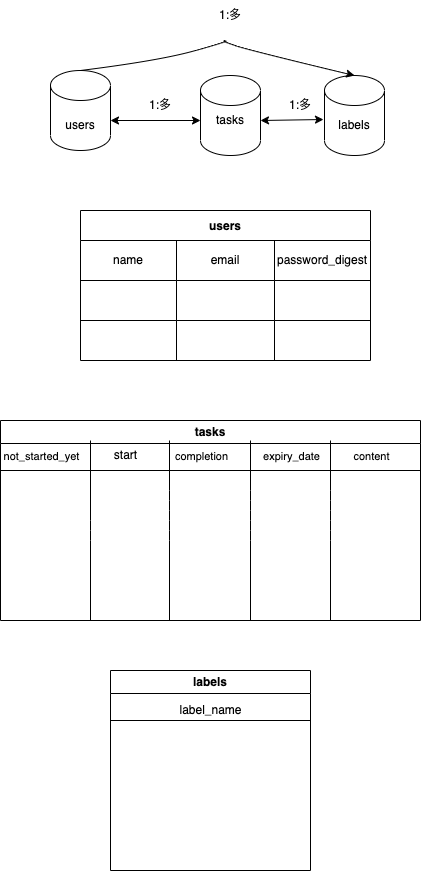
Earlier version of the draw.io export docs/E-R.drawio.png (kikai8492/Rails_TODO). Source tidied: cells renumbered, new cells last; positions are measured from the earlier drawing's top-left corner, leaving out a move shared by most shapes. The source it was exported from:
```xml
<mxGraphModel>
  <root>
    <mxCell id="0" />
    <mxCell id="1" parent="0" />
    <mxCell id="2" style="shape=cylinder3;whiteSpace=wrap;html=1;boundedLbl=1;backgroundOutline=1;size=15;" parent="1" vertex="1">
      <mxGeometry x="50" y="70" width="60" height="80" as="geometry" />
    </mxCell>
    <mxCell id="3" value="users" style="text;html=1;strokeColor=none;fillColor=none;align=center;verticalAlign=middle;whiteSpace=wrap;rounded=0;" parent="1" vertex="1">
      <mxGeometry x="50" y="110" width="60" height="30" as="geometry" />
    </mxCell>
    <mxCell id="4" style="shape=cylinder3;whiteSpace=wrap;html=1;boundedLbl=1;backgroundOutline=1;size=15;" parent="1" vertex="1">
      <mxGeometry x="200" y="75" width="60" height="80" as="geometry" />
    </mxCell>
    <mxCell id="5" value="tasks" style="text;html=1;strokeColor=none;fillColor=none;align=center;verticalAlign=middle;whiteSpace=wrap;rounded=0;" parent="1" vertex="1">
      <mxGeometry x="200" y="105" width="60" height="30" as="geometry" />
    </mxCell>
    <mxCell id="6" style="shape=cylinder3;whiteSpace=wrap;html=1;boundedLbl=1;backgroundOutline=1;size=15;" parent="1" vertex="1">
      <mxGeometry x="324" y="75" width="60" height="80" as="geometry" />
    </mxCell>
    <mxCell id="7" value="labels" style="text;html=1;strokeColor=none;fillColor=none;align=center;verticalAlign=middle;whiteSpace=wrap;rounded=0;" parent="1" vertex="1">
      <mxGeometry x="324" y="110" width="60" height="30" as="geometry" />
    </mxCell>
    <mxCell id="8" style="endArrow=classic;startArrow=classic;html=1;entryX=0;entryY=0.5;entryDx=0;entryDy=0;" parent="1" edge="1" target="5">
      <mxGeometry relative="1" as="geometry">
        <mxPoint x="110" y="120" as="sourcePoint" />
      </mxGeometry>
    </mxCell>
    <mxCell id="9" value="1:多" style="text;html=1;strokeColor=none;fillColor=none;align=center;verticalAlign=middle;whiteSpace=wrap;rounded=0;" parent="1" vertex="1">
      <mxGeometry x="130" y="90" width="60" height="30" as="geometry" />
    </mxCell>
    <mxCell id="10" value="1:多" style="text;html=1;strokeColor=none;fillColor=none;align=center;verticalAlign=middle;whiteSpace=wrap;rounded=0;" parent="1" vertex="1">
      <mxGeometry x="270" y="90" width="60" height="30" as="geometry" />
    </mxCell>
    <mxCell id="11" style="endArrow=classic;startArrow=classic;html=1;exitX=1;exitY=0.5;exitDx=0;exitDy=0;entryX=0.883;entryY=0.967;entryDx=0;entryDy=0;entryPerimeter=0;" parent="1" edge="1" source="5" target="10">
      <mxGeometry relative="1" as="geometry" />
    </mxCell>
    <mxCell id="12" style="curved=1;endArrow=classic;html=1;exitX=0.5;exitY=0;exitDx=0;exitDy=0;exitPerimeter=0;entryX=0.5;entryY=0;entryDx=0;entryDy=0;entryPerimeter=0;" parent="1" edge="1" source="2" target="6">
      <mxGeometry relative="1" as="geometry">
        <Array as="points">
          <mxPoint x="160" y="60" />
          <mxPoint x="230" y="40" />
          <mxPoint x="220" y="40" />
          <mxPoint x="250" y="50" />
        </Array>
      </mxGeometry>
    </mxCell>
    <mxCell id="13" value="1:多" style="text;html=1;strokeColor=none;fillColor=none;align=center;verticalAlign=middle;whiteSpace=wrap;rounded=0;" parent="1" vertex="1">
      <mxGeometry x="200" width="60" height="30" as="geometry" />
    </mxCell>
    <mxCell id="14" value="users" style="shape=table;startSize=30;fontStyle=1;align=center;" parent="1" vertex="1">
      <mxGeometry x="80" y="210" width="290" height="150" as="geometry" />
    </mxCell>
    <mxCell id="15" style="shape=tableRow;horizontal=0;startSize=0;swimlaneHead=0;swimlaneBody=0;top=0;left=0;bottom=0;right=0;fillColor=none;" parent="14" vertex="1">
      <mxGeometry y="30" width="290" height="40" as="geometry" />
    </mxCell>
    <mxCell id="16" value="name" style="shape=partialRectangle;html=1;whiteSpace=wrap;fillColor=none;top=0;left=0;bottom=0;right=0;overflow=hidden;" parent="15" vertex="1">
      <mxGeometry width="96" height="40" as="geometry" />
    </mxCell>
    <mxCell id="17" value="email" style="shape=partialRectangle;html=1;whiteSpace=wrap;fillColor=none;top=0;left=0;bottom=0;right=0;overflow=hidden;" parent="15" vertex="1">
      <mxGeometry x="96" width="98" height="40" as="geometry" />
    </mxCell>
    <mxCell id="18" value="password_digest" style="shape=partialRectangle;html=1;whiteSpace=wrap;fillColor=none;top=0;left=0;bottom=0;right=0;overflow=hidden;" parent="15" vertex="1">
      <mxGeometry x="194" width="96" height="40" as="geometry" />
    </mxCell>
    <mxCell id="19" style="shape=tableRow;horizontal=0;startSize=0;swimlaneHead=0;swimlaneBody=0;top=0;left=0;bottom=0;right=0;fillColor=none;" parent="14" vertex="1">
      <mxGeometry y="70" width="290" height="40" as="geometry" />
    </mxCell>
    <mxCell id="20" style="shape=partialRectangle;html=1;whiteSpace=wrap;fillColor=none;top=0;left=0;bottom=0;right=0;overflow=hidden;" parent="19" vertex="1">
      <mxGeometry width="96" height="40" as="geometry" />
    </mxCell>
    <mxCell id="21" style="shape=partialRectangle;html=1;whiteSpace=wrap;fillColor=none;top=0;left=0;bottom=0;right=0;overflow=hidden;" parent="19" vertex="1">
      <mxGeometry x="96" width="98" height="40" as="geometry" />
    </mxCell>
    <mxCell id="22" style="shape=partialRectangle;html=1;whiteSpace=wrap;fillColor=none;top=0;left=0;bottom=0;right=0;overflow=hidden;" parent="19" vertex="1">
      <mxGeometry x="194" width="96" height="40" as="geometry" />
    </mxCell>
    <mxCell id="23" style="shape=tableRow;horizontal=0;startSize=0;swimlaneHead=0;swimlaneBody=0;top=0;left=0;bottom=0;right=0;fillColor=none;" parent="14" vertex="1">
      <mxGeometry y="110" width="290" height="40" as="geometry" />
    </mxCell>
    <mxCell id="24" style="shape=partialRectangle;html=1;whiteSpace=wrap;fillColor=none;top=0;left=0;bottom=0;right=0;overflow=hidden;" parent="23" vertex="1">
      <mxGeometry width="96" height="40" as="geometry" />
    </mxCell>
    <mxCell id="25" style="shape=partialRectangle;html=1;whiteSpace=wrap;fillColor=none;top=0;left=0;bottom=0;right=0;overflow=hidden;" parent="23" vertex="1">
      <mxGeometry x="96" width="98" height="40" as="geometry" />
    </mxCell>
    <mxCell id="26" style="shape=partialRectangle;html=1;whiteSpace=wrap;fillColor=none;top=0;left=0;bottom=0;right=0;overflow=hidden;" parent="23" vertex="1">
      <mxGeometry x="194" width="96" height="40" as="geometry" />
    </mxCell>
    <mxCell id="27" value="tasks" style="swimlane;whiteSpace=wrap;html=1;strokeColor=default;fillColor=none;" parent="1" vertex="1">
      <mxGeometry y="420" width="420" height="200" as="geometry" />
    </mxCell>
    <mxCell id="28" value="start" style="text;html=1;align=center;verticalAlign=middle;strokeColor=none;fillColor=none;" parent="27" vertex="1">
      <mxGeometry x="100" y="20" width="50" height="30" as="geometry" />
    </mxCell>
    <mxCell id="29" style="endArrow=none;html=1;" parent="27" edge="1">
      <mxGeometry relative="1" as="geometry">
        <mxPoint x="169" y="200" as="sourcePoint" />
        <mxPoint x="169" y="20" as="targetPoint" />
        <Array as="points">
          <mxPoint x="169" y="110" />
          <mxPoint x="169" y="80" />
        </Array>
      </mxGeometry>
    </mxCell>
    <mxCell id="30" value="expiry_date" style="edgeLabel;html=1;align=center;verticalAlign=middle;" parent="29" vertex="1">
      <mxGeometry x="0.22" y="-2" relative="1" as="geometry">
        <mxPoint x="119" y="-55" as="offset" />
      </mxGeometry>
    </mxCell>
    <mxCell id="31" style="endArrow=none;html=1;entryX=0.5;entryY=0.1;entryDx=0;entryDy=0;entryPerimeter=0;" parent="27" edge="1">
      <mxGeometry relative="1" as="geometry">
        <mxPoint x="90" y="200" as="sourcePoint" />
        <mxPoint x="90" y="20" as="targetPoint" />
        <Array as="points">
          <mxPoint x="90" y="110" />
        </Array>
      </mxGeometry>
    </mxCell>
    <mxCell id="32" value="completion" style="edgeLabel;html=1;align=center;verticalAlign=middle;" parent="31" vertex="1">
      <mxGeometry x="0.22" y="-2" relative="1" as="geometry">
        <mxPoint x="108" y="-55" as="offset" />
      </mxGeometry>
    </mxCell>
    <mxCell id="33" style="endArrow=none;html=1;" parent="27" edge="1">
      <mxGeometry relative="1" as="geometry">
        <mxPoint x="250" y="200" as="sourcePoint" />
        <mxPoint x="250" y="20" as="targetPoint" />
        <Array as="points">
          <mxPoint x="250" y="110" />
          <mxPoint x="250" y="80" />
        </Array>
      </mxGeometry>
    </mxCell>
    <mxCell id="34" style="endArrow=none;html=1;" parent="27" edge="1">
      <mxGeometry relative="1" as="geometry">
        <mxPoint x="330" y="200" as="sourcePoint" />
        <mxPoint x="330" y="20" as="targetPoint" />
        <Array as="points">
          <mxPoint x="330" y="110" />
          <mxPoint x="330" y="80" />
        </Array>
      </mxGeometry>
    </mxCell>
    <mxCell id="35" value="content" style="edgeLabel;html=1;align=center;verticalAlign=middle;" parent="27" vertex="1">
      <mxGeometry x="370" y="35" as="geometry" />
    </mxCell>
    <mxCell id="36" style="endArrow=none;html=1;exitX=0;exitY=0.25;exitDx=0;exitDy=0;entryX=1;entryY=0.25;entryDx=0;entryDy=0;" parent="1" edge="1" source="27" target="27">
      <mxGeometry relative="1" as="geometry" />
    </mxCell>
    <mxCell id="37" value="not_started_yet" style="edgeLabel;html=1;align=center;verticalAlign=middle;" parent="36" vertex="1">
      <mxGeometry x="-0.44" y="4" relative="1" as="geometry">
        <mxPoint x="-78" y="-11" as="offset" />
      </mxGeometry>
    </mxCell>
    <mxCell id="38" value="labels" style="swimlane;whiteSpace=wrap;html=1;strokeColor=default;fillColor=none;" parent="1" vertex="1">
      <mxGeometry x="110" y="670" width="200" height="200" as="geometry" />
    </mxCell>
    <mxCell id="39" value="label_name" style="text;html=1;align=center;verticalAlign=middle;strokeColor=none;fillColor=none;" parent="38" vertex="1">
      <mxGeometry x="55" y="25" width="90" height="30" as="geometry" />
    </mxCell>
    <mxCell id="40" style="endArrow=none;html=1;exitX=0;exitY=0.25;exitDx=0;exitDy=0;entryX=1;entryY=0.25;entryDx=0;entryDy=0;" parent="1" edge="1" source="38" target="38">
      <mxGeometry relative="1" as="geometry" />
    </mxCell>
  </root>
</mxGraphModel>
```
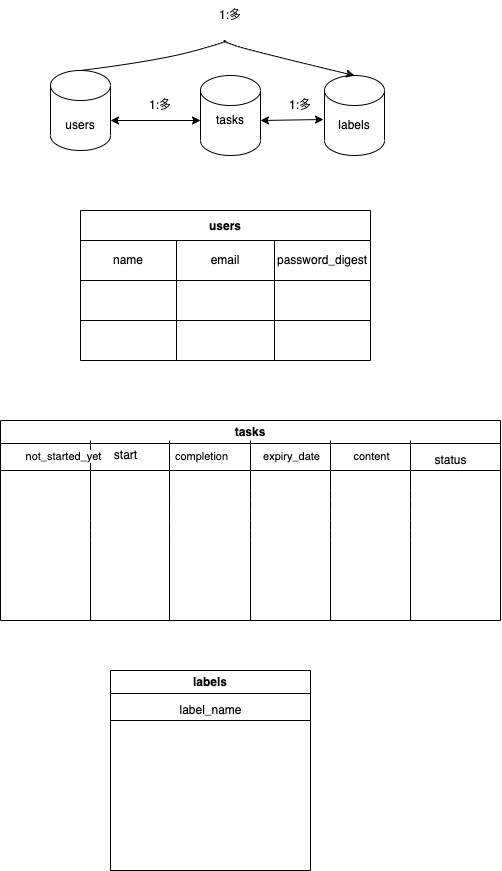
Above is the later version.

The edit, as a diff of the source:
```diff
@@ -87,7 +87,7 @@
       <mxGeometry x="194" width="96" height="40" as="geometry" />
     </mxCell>
     <mxCell id="27" value="tasks" style="swimlane;whiteSpace=wrap;html=1;strokeColor=default;fillColor=none;" parent="1" vertex="1">
-      <mxGeometry y="420" width="420" height="200" as="geometry" />
+      <mxGeometry y="420" width="500" height="200" as="geometry" />
     </mxCell>
     <mxCell id="28" value="start" style="text;html=1;align=center;verticalAlign=middle;strokeColor=none;fillColor=none;" parent="27" vertex="1">
       <mxGeometry x="100" y="20" width="50" height="30" as="geometry" />
@@ -144,6 +144,16 @@
     <mxCell id="35" value="content" style="edgeLabel;html=1;align=center;verticalAlign=middle;" parent="27" vertex="1">
       <mxGeometry x="370" y="35" as="geometry" />
     </mxCell>
+    <mxCell id="41" style="endArrow=none;html=1;" parent="27" edge="1">
+      <mxGeometry relative="1" as="geometry">
+        <mxPoint x="410" y="200" as="sourcePoint" />
+        <mxPoint x="410" y="20" as="targetPoint" />
+        <Array as="points">
+          <mxPoint x="410" y="110" />
+          <mxPoint x="410" y="80" />
+        </Array>
+      </mxGeometry>
+    </mxCell>
     <mxCell id="36" style="endArrow=none;html=1;exitX=0;exitY=0.25;exitDx=0;exitDy=0;entryX=1;entryY=0.25;entryDx=0;entryDy=0;" parent="1" edge="1" source="27" target="27">
       <mxGeometry relative="1" as="geometry" />
     </mxCell>
@@ -161,5 +171,8 @@
     <mxCell id="40" style="endArrow=none;html=1;exitX=0;exitY=0.25;exitDx=0;exitDy=0;entryX=1;entryY=0.25;entryDx=0;entryDy=0;" parent="1" edge="1" source="38" target="38">
       <mxGeometry relative="1" as="geometry" />
     </mxCell>
+    <mxCell id="42" value="status" style="text;html=1;align=center;verticalAlign=middle;strokeColor=none;fillColor=none;" parent="1" vertex="1">
+      <mxGeometry x="420" y="445" width="60" height="30" as="geometry" />
+    </mxCell>
   </root>
 </mxGraphModel>
```
